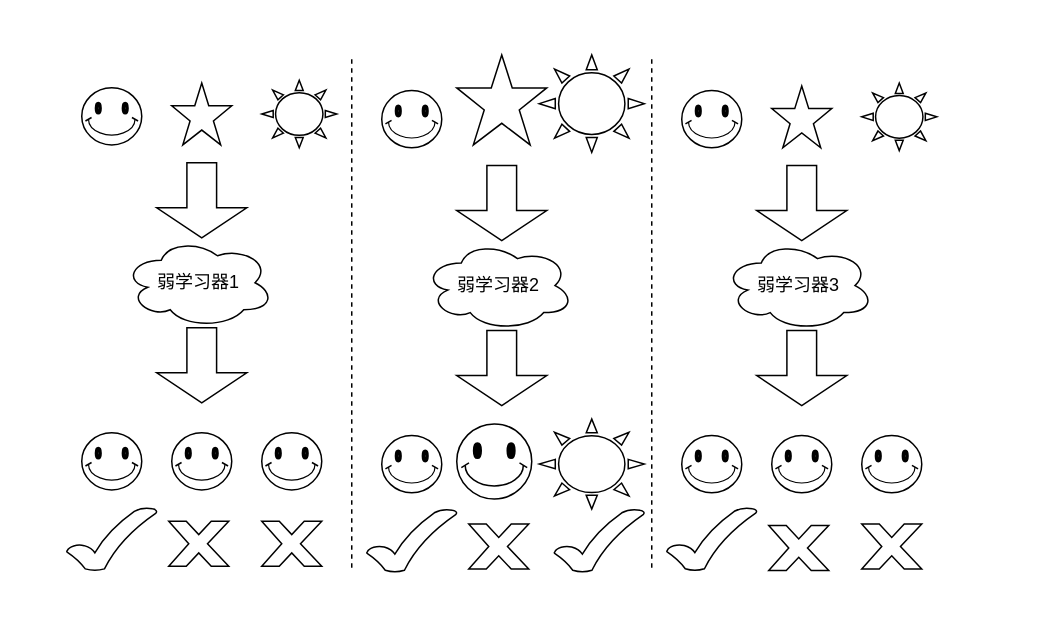
Above: adaboost.drawio in jiangyuanyuan1/invention (draw.io), before the change. Source tidied: cells renumbered, new cells numbered last; positions are measured from the earlier drawing's top-left corner, leaving out a move shared by most shapes. Both pictures are drawn from the tidied source at 150%, with x=0, y=0 at pixel (66, 54).
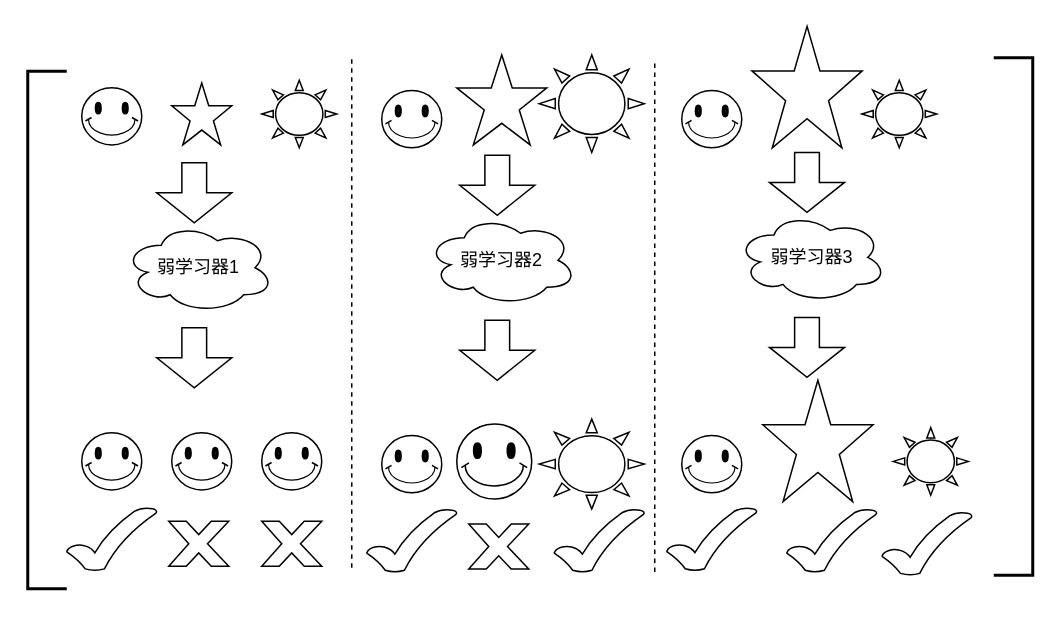
Above is the later version.

The edit, as a diff of the source:
```diff
@@
     <mxCell id="5" style="html=1;shadow=0;dashed=0;align=center;verticalAlign=middle;shape=mxgraph.arrows2.arrow;dy=0.67;dx=20;notch=0;direction=south;" parent="1" vertex="1">
-      <mxGeometry x="60" y="72" width="60" height="50" as="geometry" />
+      <mxGeometry x="60" y="72" width="50" height="40" as="geometry" />
     </mxCell>
     <mxCell id="6" value="弱学习器1" style="ellipse;shape=cloud;whiteSpace=wrap;html=1;align=center;" parent="1" vertex="1">
-      <mxGeometry x="38" y="122" width="100" height="60" as="geometry" />
+      <mxGeometry x="38" y="112" width="100" height="60" as="geometry" />
     </mxCell>
     <mxCell id="7" style="html=1;shadow=0;dashed=0;align=center;verticalAlign=middle;shape=mxgraph.arrows2.arrow;dy=0.67;dx=20;notch=0;direction=south;" parent="1" vertex="1">
-      <mxGeometry x="60" y="182" width="60" height="50" as="geometry" />
+      <mxGeometry x="60" y="182" width="50" height="40" as="geometry" />
     </mxCell>
@@
-    <mxCell id="17" style="html=1;shadow=0;dashed=0;align=center;verticalAlign=middle;shape=mxgraph.arrows2.arrow;dy=0.67;dx=20;notch=0;direction=south;" parent="1" vertex="1">
-      <mxGeometry x="260" y="73.9" width="60" height="50" as="geometry" />
-    </mxCell>
-    <mxCell id="18" value="弱学习器2" style="ellipse;shape=cloud;whiteSpace=wrap;html=1;align=center;" parent="1" vertex="1">
-      <mxGeometry x="238" y="123.9" width="100" height="60" as="geometry" />
-    </mxCell>
-    <mxCell id="19" style="html=1;shadow=0;dashed=0;align=center;verticalAlign=middle;shape=mxgraph.arrows2.arrow;dy=0.67;dx=20;notch=0;direction=south;" parent="1" vertex="1">
-      <mxGeometry x="260" y="183.9" width="60" height="50" as="geometry" />
-    </mxCell>
@@
-    <mxCell id="25" style="verticalLabelPosition=bottom;verticalAlign=top;html=1;shape=mxgraph.basic.star;" parent="1" vertex="1">
-      <mxGeometry x="470" y="20.8" width="40" height="41.2" as="geometry" />
-    </mxCell>
     <mxCell id="26" style="verticalLabelPosition=bottom;verticalAlign=top;html=1;shape=mxgraph.basic.sun;" parent="1" vertex="1">
-      <mxGeometry x="530" y="18.9" width="50" height="45" as="geometry" />
+      <mxGeometry x="530" y="17" width="50" height="45" as="geometry" />
     </mxCell>
-    <mxCell id="27" style="html=1;shadow=0;dashed=0;align=center;verticalAlign=middle;shape=mxgraph.arrows2.arrow;dy=0.67;dx=20;notch=0;direction=south;" parent="1" vertex="1">
-      <mxGeometry x="460" y="73.9" width="60" height="50" as="geometry" />
-    </mxCell>
-    <mxCell id="28" value="弱学习器3" style="ellipse;shape=cloud;whiteSpace=wrap;html=1;align=center;" parent="1" vertex="1">
-      <mxGeometry x="438" y="123.9" width="100" height="60" as="geometry" />
-    </mxCell>
-    <mxCell id="29" style="html=1;shadow=0;dashed=0;align=center;verticalAlign=middle;shape=mxgraph.arrows2.arrow;dy=0.67;dx=20;notch=0;direction=south;" parent="1" vertex="1">
-      <mxGeometry x="460" y="183.9" width="60" height="50" as="geometry" />
-    </mxCell>
@@
-    <mxCell id="31" style="verticalLabelPosition=bottom;verticalAlign=top;html=1;shape=mxgraph.basic.smiley;" parent="1" vertex="1">
-      <mxGeometry x="470" y="253.9" width="40" height="38.1" as="geometry" />
-    </mxCell>
-    <mxCell id="32" style="verticalLabelPosition=bottom;verticalAlign=top;html=1;shape=mxgraph.basic.smiley;" parent="1" vertex="1">
-      <mxGeometry x="530" y="253.9" width="40" height="38.1" as="geometry" />
-    </mxCell>
@@
-    <mxCell id="34" style="verticalLabelPosition=bottom;verticalAlign=top;html=1;shape=mxgraph.basic.x;" parent="1" vertex="1">
-      <mxGeometry x="530" y="312.9" width="40" height="30" as="geometry" />
-    </mxCell>
-    <mxCell id="35" style="verticalLabelPosition=bottom;verticalAlign=top;html=1;shape=mxgraph.basic.x;" parent="1" vertex="1">
-      <mxGeometry x="468" y="313.9" width="40" height="30" as="geometry" />
-    </mxCell>
@@
     <mxCell id="37" style="endArrow=none;dashed=1;html=1;rounded=0;" parent="1" edge="1">
       <mxGeometry relative="1" as="geometry">
-        <mxPoint x="390" y="342" as="sourcePoint" />
-        <mxPoint x="390" y="2" as="targetPoint" />
+        <mxPoint x="392" y="344.9" as="sourcePoint" />
+        <mxPoint x="392" y="4.9" as="targetPoint" />
       </mxGeometry>
     </mxCell>
@@
+    <mxCell id="40" style="verticalLabelPosition=bottom;verticalAlign=top;html=1;shape=mxgraph.basic.star;" parent="1" vertex="1">
+      <mxGeometry x="456.8" y="-18.9" width="73.5" height="80.9" as="geometry" />
+    </mxCell>
+    <mxCell id="41" style="verticalLabelPosition=bottom;verticalAlign=top;html=1;shape=mxgraph.basic.sun;" parent="1" vertex="1">
+      <mxGeometry x="551" y="248.6" width="50" height="45" as="geometry" />
+    </mxCell>
+    <mxCell id="42" style="html=1;shadow=0;dashed=0;align=center;verticalAlign=middle;shape=mxgraph.arrows2.arrow;dy=0.67;dx=20;notch=0;direction=south;" parent="1" vertex="1">
+      <mxGeometry x="262" y="67" width="50" height="40" as="geometry" />
+    </mxCell>
+    <mxCell id="18" value="弱学习器2" style="ellipse;shape=cloud;whiteSpace=wrap;html=1;align=center;" parent="1" vertex="1">
+      <mxGeometry x="240" y="107" width="100" height="60" as="geometry" />
+    </mxCell>
+    <mxCell id="43" style="html=1;shadow=0;dashed=0;align=center;verticalAlign=middle;shape=mxgraph.arrows2.arrow;dy=0.67;dx=20;notch=0;direction=south;" parent="1" vertex="1">
+      <mxGeometry x="262" y="177" width="50" height="40" as="geometry" />
+    </mxCell>
+    <mxCell id="44" style="html=1;shadow=0;dashed=0;align=center;verticalAlign=middle;shape=mxgraph.arrows2.arrow;dy=0.67;dx=20;notch=0;direction=south;" parent="1" vertex="1">
+      <mxGeometry x="468.5" y="65.1" width="50" height="40" as="geometry" />
+    </mxCell>
+    <mxCell id="28" value="弱学习器3" style="ellipse;shape=cloud;whiteSpace=wrap;html=1;align=center;" parent="1" vertex="1">
+      <mxGeometry x="446.5" y="105.1" width="100" height="60" as="geometry" />
+    </mxCell>
+    <mxCell id="45" style="html=1;shadow=0;dashed=0;align=center;verticalAlign=middle;shape=mxgraph.arrows2.arrow;dy=0.67;dx=20;notch=0;direction=south;" parent="1" vertex="1">
+      <mxGeometry x="468.5" y="175.1" width="50" height="40" as="geometry" />
+    </mxCell>
+    <mxCell id="46" style="verticalLabelPosition=bottom;verticalAlign=top;html=1;shape=mxgraph.basic.tick;" parent="1" vertex="1">
+      <mxGeometry x="480" y="302.9" width="60" height="42" as="geometry" />
+    </mxCell>
+    <mxCell id="47" style="verticalLabelPosition=bottom;verticalAlign=top;html=1;shape=mxgraph.basic.tick;" parent="1" vertex="1">
+      <mxGeometry x="543.5" y="305" width="60" height="42" as="geometry" />
+    </mxCell>
+    <mxCell id="48" style="verticalLabelPosition=bottom;verticalAlign=top;html=1;shape=mxgraph.basic.star;" parent="1" vertex="1">
+      <mxGeometry x="464" y="217" width="73.5" height="80.9" as="geometry" />
+    </mxCell>
+    <mxCell id="49" style="strokeWidth=2;html=1;shape=mxgraph.flowchart.annotation_1;align=left;" parent="1" vertex="1">
+      <mxGeometry x="-26" y="11" width="26" height="345" as="geometry" />
+    </mxCell>
+    <mxCell id="50" style="strokeWidth=2;html=1;shape=mxgraph.flowchart.annotation_1;align=left;direction=west;" parent="1" vertex="1">
+      <mxGeometry x="618" y="2" width="26" height="345" as="geometry" />
+    </mxCell>
```
